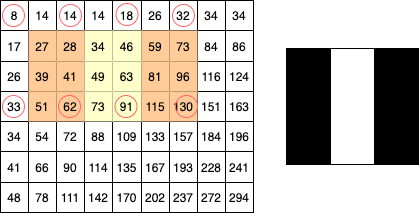
Above: 2021/04/27/人脸检测之Haar特征介绍/haar-x3-special.drawio.png in YlJava110/GitText (draw.io), before the change. Source tidied: cells renumbered, new cells last; positions are measured from the earlier drawing's top-left corner, leaving out a move shared by most shapes.
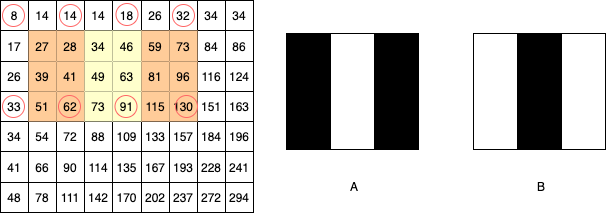
After the commit.

The edit, as a diff of the source:
```diff
@@ -240,13 +240,28 @@
       <mxGeometry x="172" y="4" width="22" height="22" as="geometry" />
     </mxCell>
     <mxCell id="81" style="rounded=0;whiteSpace=wrap;html=1;fillColor=#000000;" parent="1" vertex="1">
-      <mxGeometry x="286" y="48" width="44" height="116" as="geometry" />
+      <mxGeometry x="286" y="33" width="44" height="116" as="geometry" />
     </mxCell>
     <mxCell id="82" style="rounded=0;whiteSpace=wrap;html=1;" parent="1" vertex="1">
-      <mxGeometry x="330" y="48" width="44" height="116" as="geometry" />
+      <mxGeometry x="330" y="33" width="44" height="116" as="geometry" />
     </mxCell>
     <mxCell id="83" style="rounded=0;whiteSpace=wrap;html=1;fillColor=#000000;" parent="1" vertex="1">
-      <mxGeometry x="374" y="48" width="44" height="116" as="geometry" />
+      <mxGeometry x="374" y="33" width="44" height="116" as="geometry" />
     </mxCell>
+    <mxCell id="84" style="rounded=0;whiteSpace=wrap;html=1;" parent="1" vertex="1">
+      <mxGeometry x="473" y="33" width="44" height="116" as="geometry" />
+    </mxCell>
+    <mxCell id="85" style="rounded=0;whiteSpace=wrap;html=1;fillColor=#000000;" parent="1" vertex="1">
+      <mxGeometry x="517" y="33" width="44" height="116" as="geometry" />
+    </mxCell>
+    <mxCell id="86" style="rounded=0;whiteSpace=wrap;html=1;" parent="1" vertex="1">
+      <mxGeometry x="561" y="33" width="44" height="116" as="geometry" />
+    </mxCell>
+    <mxCell id="87" value="A" style="text;html=1;strokeColor=none;fillColor=none;align=center;verticalAlign=middle;whiteSpace=wrap;rounded=0;" parent="1" vertex="1">
+      <mxGeometry x="334" y="176" width="40" height="20" as="geometry" />
+    </mxCell>
+    <mxCell id="88" value="B" style="text;html=1;strokeColor=none;fillColor=none;align=center;verticalAlign=middle;whiteSpace=wrap;rounded=0;" parent="1" vertex="1">
+      <mxGeometry x="521" y="176" width="40" height="20" as="geometry" />
+    </mxCell>
   </root>
 </mxGraphModel>
```
